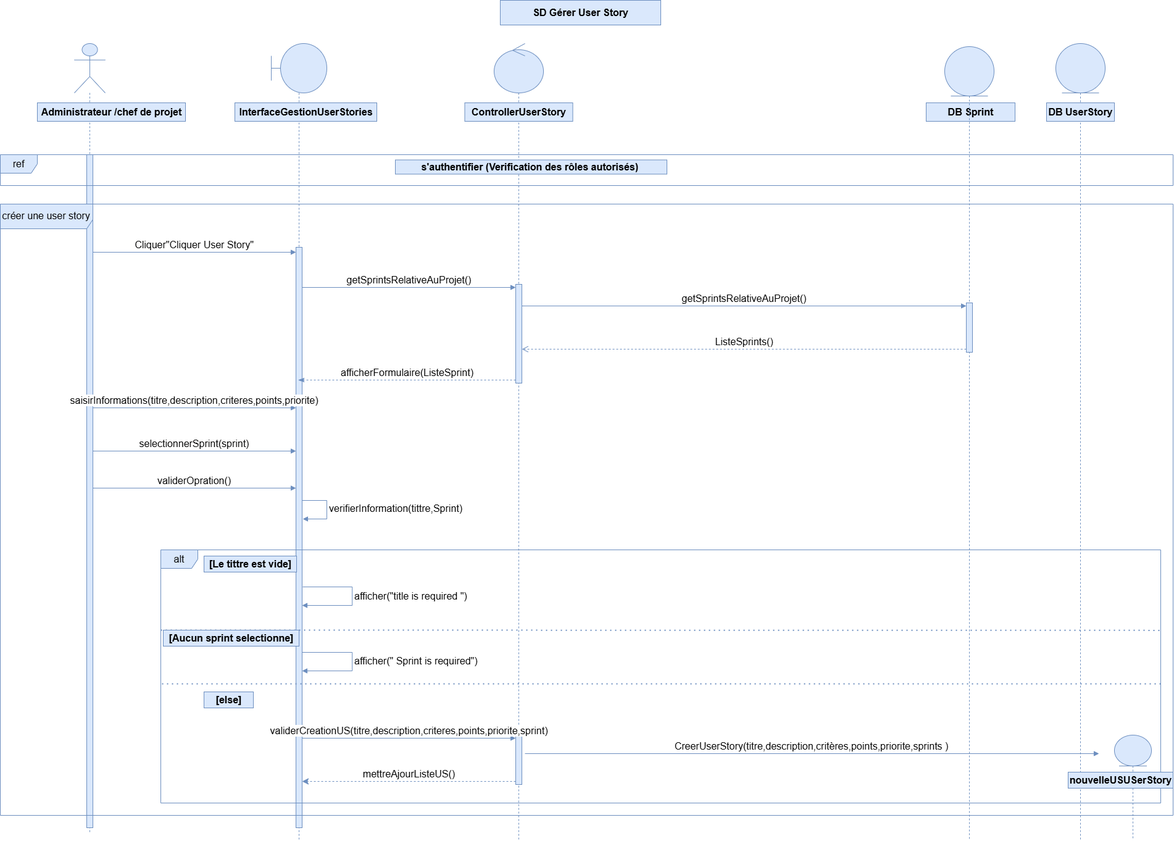
The draw.io diagram aide/userSotory.drawio.png in omarhabib5/PFEProject, before a commit. Source tidied: cells renumbered, new cells last; positions are measured from the earlier drawing's top-left corner, leaving out a move shared by most shapes.
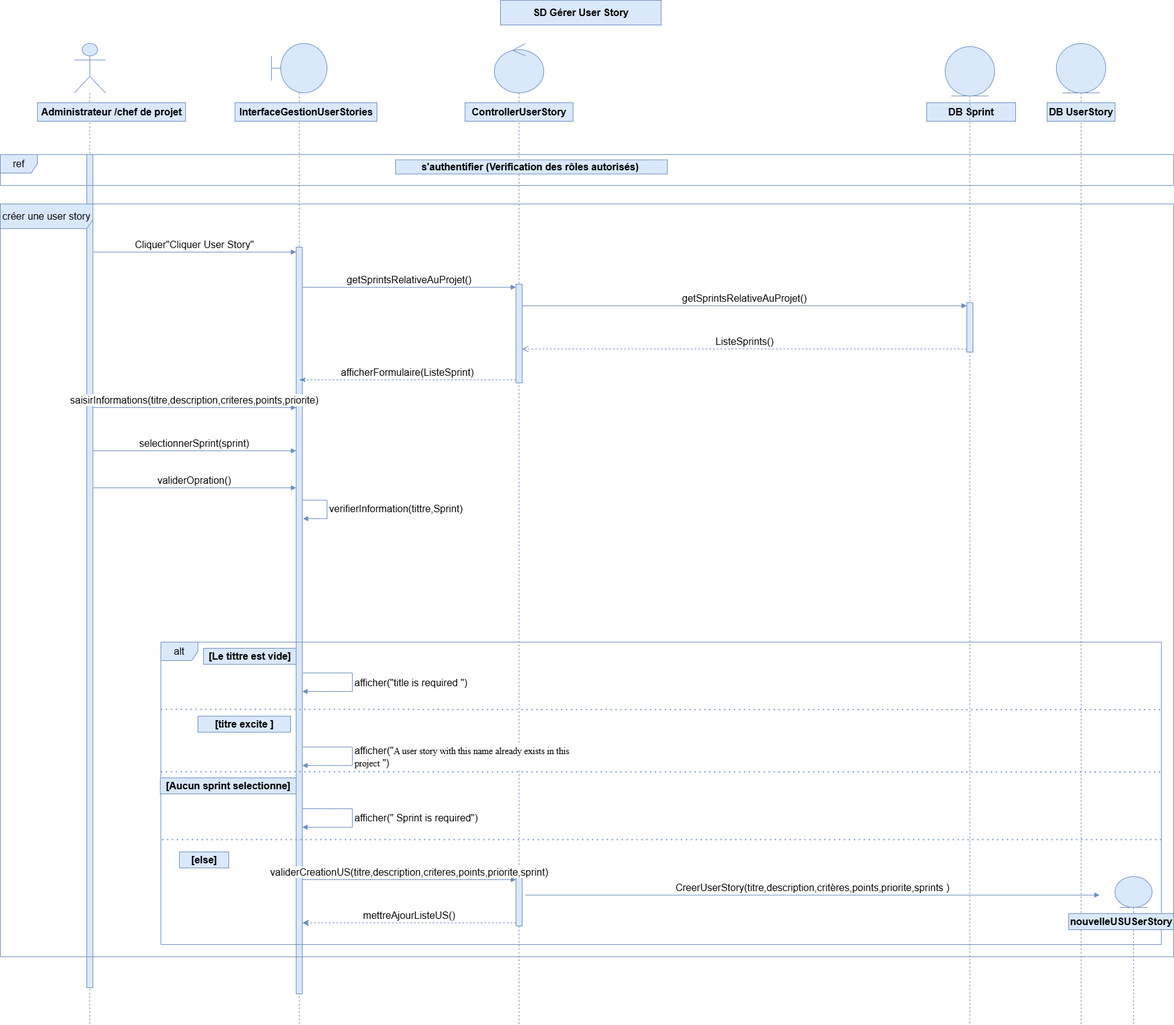
Above is the later version.

Diff of the diagram source:
```diff
@@ -3,16 +3,16 @@
     <mxCell id="0" />
     <mxCell id="1" parent="0" />
     <mxCell id="2" style="shape=umlLifeline;perimeter=lifelinePerimeter;whiteSpace=wrap;html=1;newEdgeStyle={&quot;curved&quot;:0,&quot;rounded&quot;:0};participant=umlActor;size=80;fillColor=#dae8fc;strokeColor=#6c8ebf;fontSize=16;" parent="1" vertex="1">
-      <mxGeometry x="120" y="70" width="50" height="1280" as="geometry" />
+      <mxGeometry x="120" y="70" width="50" height="1590" as="geometry" />
     </mxCell>
     <mxCell id="3" style="shape=umlLifeline;perimeter=lifelinePerimeter;whiteSpace=wrap;html=1;outlineConnect=0;portConstraint=eastwest;newEdgeStyle={&quot;curved&quot;:0,&quot;rounded&quot;:0};participant=umlBoundary;size=80;fillColor=#dae8fc;strokeColor=#6c8ebf;fontSize=16;" parent="1" vertex="1">
-      <mxGeometry x="439" y="70" width="90" height="1290" as="geometry" />
+      <mxGeometry x="439" y="70" width="90" height="1590" as="geometry" />
     </mxCell>
     <mxCell id="4" style="shape=umlLifeline;perimeter=lifelinePerimeter;whiteSpace=wrap;html=1;newEdgeStyle={&quot;curved&quot;:0,&quot;rounded&quot;:0};participant=umlControl;size=80;fillColor=#dae8fc;strokeColor=#6c8ebf;fontSize=16;" parent="1" vertex="1">
-      <mxGeometry x="800" y="70" width="80" height="1290" as="geometry" />
+      <mxGeometry x="800" y="70" width="80" height="1590" as="geometry" />
     </mxCell>
     <mxCell id="5" style="shape=umlLifeline;perimeter=lifelinePerimeter;whiteSpace=wrap;html=1;newEdgeStyle={&quot;curved&quot;:0,&quot;rounded&quot;:0};participant=umlEntity;size=80;fillColor=#dae8fc;strokeColor=#6c8ebf;fontSize=16;" parent="1" vertex="1">
-      <mxGeometry x="1710" y="70" width="80" height="1290" as="geometry" />
+      <mxGeometry x="1710" y="70" width="80" height="1590" as="geometry" />
     </mxCell>
     <mxCell id="6" value="Administrateur /chef de projet" style="text;align=center;fontStyle=1;verticalAlign=middle;spacingLeft=3;spacingRight=3;strokeColor=#6c8ebf;html=1;fillColor=#dae8fc;fontSize=16;" parent="1" vertex="1">
       <mxGeometry x="60" y="166" width="240" height="30" as="geometry" />
@@ -33,7 +33,7 @@
       <mxGeometry x="640" y="258.5" width="440" height="23" as="geometry" />
     </mxCell>
     <mxCell id="12" style="html=1;points=[[0,0,0,0,5],[0,1,0,0,-5],[1,0,0,0,5],[1,1,0,0,-5]];perimeter=orthogonalPerimeter;outlineConnect=0;targetShapes=umlLifeline;portConstraint=eastwest;newEdgeStyle={&quot;curved&quot;:0,&quot;rounded&quot;:0};fillColor=#dae8fc;strokeColor=#6c8ebf;fontSize=16;" parent="1" vertex="1">
-      <mxGeometry x="479" y="400" width="10" height="940" as="geometry" />
+      <mxGeometry x="479" y="400" width="10" height="1210" as="geometry" />
     </mxCell>
     <mxCell id="13" value="Cliquer&quot;Cliquer User Story&quot;" style="html=1;verticalAlign=bottom;endArrow=block;curved=0;rounded=0;fillColor=#dae8fc;strokeColor=#6c8ebf;fontSize=16;" parent="1" edge="1" source="16">
       <mxGeometry relative="1" as="geometry">
@@ -44,16 +44,16 @@
       <mxGeometry x="810" width="260" height="40" as="geometry" />
     </mxCell>
     <mxCell id="15" style="shape=umlLifeline;perimeter=lifelinePerimeter;whiteSpace=wrap;html=1;newEdgeStyle={&quot;curved&quot;:0,&quot;rounded&quot;:0};participant=umlEntity;size=80;fillColor=#dae8fc;strokeColor=#6c8ebf;fontSize=16;" parent="1" vertex="1">
-      <mxGeometry x="1530" y="75" width="80" height="1285" as="geometry" />
+      <mxGeometry x="1530" y="75" width="80" height="1585" as="geometry" />
     </mxCell>
     <mxCell id="16" style="html=1;points=[[0,0,0,0,5],[0,1,0,0,-5],[1,0,0,0,5],[1,1,0,0,-5]];perimeter=orthogonalPerimeter;outlineConnect=0;targetShapes=umlLifeline;portConstraint=eastwest;newEdgeStyle={&quot;curved&quot;:0,&quot;rounded&quot;:0};fontSize=16;fillColor=#dae8fc;strokeColor=#6c8ebf;" parent="1" vertex="1">
-      <mxGeometry x="140" y="250" width="10" height="1090" as="geometry" />
+      <mxGeometry x="140" y="250" width="10" height="1350" as="geometry" />
     </mxCell>
     <mxCell id="17" value="ref" style="shape=umlFrame;whiteSpace=wrap;html=1;fillColor=#dae8fc;strokeColor=#6c8ebf;fontSize=16;" parent="1" vertex="1">
       <mxGeometry y="250" width="1900" height="50" as="geometry" />
     </mxCell>
     <mxCell id="18" value="créer une user story" style="shape=umlFrame;whiteSpace=wrap;html=1;width=150;height=40;fillColor=#dae8fc;strokeColor=#6c8ebf;fontSize=16;" parent="1" vertex="1">
-      <mxGeometry y="330" width="1900" height="990" as="geometry" />
+      <mxGeometry y="330" width="1900" height="1220" as="geometry" />
     </mxCell>
     <mxCell id="19" style="html=1;points=[[0,0,0,0,5],[0,1,0,0,-5],[1,0,0,0,5],[1,1,0,0,-5]];perimeter=orthogonalPerimeter;outlineConnect=0;targetShapes=umlLifeline;portConstraint=eastwest;newEdgeStyle={&quot;curved&quot;:0,&quot;rounded&quot;:0};fontSize=16;fillColor=#dae8fc;strokeColor=#6c8ebf;" parent="1" vertex="1">
       <mxGeometry x="835" y="460" width="10" height="160" as="geometry" />
@@ -101,63 +101,93 @@
       </mxGeometry>
     </mxCell>
     <mxCell id="29" value="alt" style="shape=umlFrame;whiteSpace=wrap;html=1;fontSize=16;fillColor=#dae8fc;strokeColor=#6c8ebf;" parent="1" vertex="1">
-      <mxGeometry x="260" y="890" width="1620" height="410" as="geometry" />
+      <mxGeometry x="260" y="1040" width="1620" height="490" as="geometry" />
     </mxCell>
-    <mxCell id="30" style="endArrow=none;dashed=1;html=1;dashPattern=1 3;strokeWidth=2;rounded=0;exitX=0;exitY=0.317;exitDx=0;exitDy=0;exitPerimeter=0;entryX=0.999;entryY=0.318;entryDx=0;entryDy=0;entryPerimeter=0;fontSize=16;fillColor=#dae8fc;strokeColor=#6c8ebf;" parent="1" edge="1" source="29" target="29">
-      <mxGeometry relative="1" as="geometry" />
+    <mxCell id="30" style="endArrow=none;dashed=1;html=1;dashPattern=1 3;strokeWidth=2;rounded=0;exitX=0;exitY=0.317;exitDx=0;exitDy=0;exitPerimeter=0;entryX=0.999;entryY=0.318;entryDx=0;entryDy=0;entryPerimeter=0;fontSize=16;fillColor=#dae8fc;strokeColor=#6c8ebf;" parent="1" edge="1">
+      <mxGeometry relative="1" as="geometry">
+        <mxPoint x="260" y="1149" as="sourcePoint" />
+        <mxPoint x="1878.4" y="1149.5" as="targetPoint" />
+      </mxGeometry>
     </mxCell>
     <mxCell id="31" style="endArrow=none;dashed=1;html=1;dashPattern=1 3;strokeWidth=2;rounded=0;exitX=0;exitY=0.317;exitDx=0;exitDy=0;exitPerimeter=0;entryX=0.999;entryY=0.318;entryDx=0;entryDy=0;entryPerimeter=0;fontSize=16;fillColor=#dae8fc;strokeColor=#6c8ebf;" parent="1" edge="1">
       <mxGeometry relative="1" as="geometry">
-        <mxPoint x="262" y="1107" as="sourcePoint" />
-        <mxPoint x="1880" y="1107" as="targetPoint" />
+        <mxPoint x="262" y="1360" as="sourcePoint" />
+        <mxPoint x="1880" y="1360" as="targetPoint" />
       </mxGeometry>
     </mxCell>
     <mxCell id="32" value="[Le tittre est vide]" style="text;align=center;fontStyle=1;verticalAlign=middle;spacingLeft=3;spacingRight=3;strokeColor=#6c8ebf;html=1;fontSize=16;fillColor=#dae8fc;" parent="1" vertex="1">
-      <mxGeometry x="330" y="900" width="150" height="26" as="geometry" />
+      <mxGeometry x="329" y="1050" width="150" height="26" as="geometry" />
     </mxCell>
     <mxCell id="33" value="[Aucun sprint selectionne]" style="text;align=center;fontStyle=1;verticalAlign=middle;spacingLeft=3;spacingRight=3;strokeColor=#6c8ebf;html=1;fontSize=16;fillColor=#dae8fc;" parent="1" vertex="1">
-      <mxGeometry x="264" y="1020" width="220" height="26" as="geometry" />
+      <mxGeometry x="259" y="1260" width="220" height="26" as="geometry" />
     </mxCell>
-    <mxCell id="34" value="afficher(&quot;title is required &quot;)" style="html=1;align=left;spacingLeft=2;endArrow=block;rounded=0;edgeStyle=orthogonalEdgeStyle;curved=0;rounded=0;fontSize=16;fillColor=#dae8fc;strokeColor=#6c8ebf;" parent="1" edge="1" target="12">
+    <mxCell id="34" value="afficher(&quot;title is required &quot;)" style="html=1;align=left;spacingLeft=2;endArrow=block;rounded=0;edgeStyle=orthogonalEdgeStyle;curved=0;rounded=0;fontSize=16;fillColor=#dae8fc;strokeColor=#6c8ebf;" parent="1" edge="1">
       <mxGeometry relative="1" as="geometry">
-        <mxPoint x="490" y="950" as="sourcePoint" />
+        <mxPoint x="490" y="1090" as="sourcePoint" />
+        <mxPoint x="489" y="1120" as="targetPoint" />
         <Array as="points">
-          <mxPoint x="490" y="950" />
-          <mxPoint x="570" y="950" />
-          <mxPoint x="570" y="980" />
+          <mxPoint x="490" y="1090" />
+          <mxPoint x="570" y="1090" />
+          <mxPoint x="570" y="1120" />
         </Array>
       </mxGeometry>
     </mxCell>
-    <mxCell id="35" value="afficher(&quot; Sprint is required&quot;)" style="html=1;align=left;spacingLeft=2;endArrow=block;rounded=0;edgeStyle=orthogonalEdgeStyle;curved=0;rounded=0;fontSize=16;fillColor=#dae8fc;strokeColor=#6c8ebf;" parent="1" edge="1" source="12" target="12">
+    <mxCell id="35" value="afficher(&quot; Sprint is required&quot;)" style="html=1;align=left;spacingLeft=2;endArrow=block;rounded=0;edgeStyle=orthogonalEdgeStyle;curved=0;rounded=0;fontSize=16;fillColor=#dae8fc;strokeColor=#6c8ebf;" parent="1" edge="1">
       <mxGeometry relative="1" as="geometry">
+        <mxPoint x="489" y="1310" as="sourcePoint" />
+        <mxPoint x="489" y="1340" as="targetPoint" />
         <Array as="points">
-          <mxPoint x="570" y="1056" />
-          <mxPoint x="570" y="1086" />
+          <mxPoint x="570" y="1310" />
+          <mxPoint x="570" y="1340" />
         </Array>
       </mxGeometry>
     </mxCell>
     <mxCell id="36" value="[else]" style="text;align=center;fontStyle=1;verticalAlign=middle;spacingLeft=3;spacingRight=3;strokeColor=#6c8ebf;html=1;fontSize=16;fillColor=#dae8fc;" parent="1" vertex="1">
-      <mxGeometry x="330" y="1120" width="80" height="26" as="geometry" />
+      <mxGeometry x="290" y="1380" width="80" height="26" as="geometry" />
     </mxCell>
     <mxCell id="37" style="html=1;points=[[0,0,0,0,5],[0,1,0,0,-5],[1,0,0,0,5],[1,1,0,0,-5]];perimeter=orthogonalPerimeter;outlineConnect=0;targetShapes=umlLifeline;portConstraint=eastwest;newEdgeStyle={&quot;curved&quot;:0,&quot;rounded&quot;:0};fontSize=16;fillColor=#dae8fc;strokeColor=#6c8ebf;" parent="1" vertex="1">
-      <mxGeometry x="835" y="1190" width="10" height="80" as="geometry" />
+      <mxGeometry x="835" y="1420" width="10" height="80" as="geometry" />
     </mxCell>
-    <mxCell id="38" value="validerCreationUS(titre,description,criteres,points,priorite,sprint)" style="html=1;verticalAlign=bottom;endArrow=block;curved=0;rounded=0;entryX=0;entryY=0;entryDx=0;entryDy=5;fontSize=16;fillColor=#dae8fc;strokeColor=#6c8ebf;" parent="1" edge="1" source="12" target="37">
-      <mxGeometry relative="1" as="geometry" />
+    <mxCell id="38" value="validerCreationUS(titre,description,criteres,points,priorite,sprint)" style="html=1;verticalAlign=bottom;endArrow=block;curved=0;rounded=0;entryX=0;entryY=0;entryDx=0;entryDy=5;fontSize=16;fillColor=#dae8fc;strokeColor=#6c8ebf;" parent="1" edge="1" target="37">
+      <mxGeometry relative="1" as="geometry">
+        <mxPoint x="489" y="1425" as="sourcePoint" />
+      </mxGeometry>
     </mxCell>
-    <mxCell id="39" value="mettreAjourListeUS()" style="html=1;verticalAlign=bottom;endArrow=classic;dashed=1;endSize=8;curved=0;rounded=0;exitX=0;exitY=1;exitDx=0;exitDy=-5;endFill=1;fontSize=16;fillColor=#dae8fc;strokeColor=#6c8ebf;" parent="1" edge="1" source="37" target="12">
-      <mxGeometry relative="1" as="geometry" />
+    <mxCell id="39" value="mettreAjourListeUS()" style="html=1;verticalAlign=bottom;endArrow=classic;dashed=1;endSize=8;curved=0;rounded=0;exitX=0;exitY=1;exitDx=0;exitDy=-5;endFill=1;fontSize=16;fillColor=#dae8fc;strokeColor=#6c8ebf;" parent="1" edge="1" source="37">
+      <mxGeometry relative="1" as="geometry">
+        <mxPoint x="489" y="1495" as="targetPoint" />
+      </mxGeometry>
     </mxCell>
     <mxCell id="40" style="shape=umlLifeline;perimeter=lifelinePerimeter;whiteSpace=wrap;html=1;newEdgeStyle={&quot;curved&quot;:0,&quot;rounded&quot;:0};participant=umlEntity;fontSize=16;fillColor=#dae8fc;strokeColor=#6c8ebf;size=50;" parent="1" vertex="1">
-      <mxGeometry x="1805" y="1190" width="60" height="170" as="geometry" />
+      <mxGeometry x="1805" y="1420" width="60" height="240" as="geometry" />
     </mxCell>
     <mxCell id="41" value="nouvelleUSUSerStory" style="text;align=center;fontStyle=1;verticalAlign=middle;spacingLeft=3;spacingRight=3;strokeColor=#6c8ebf;html=1;fontSize=16;fillColor=#dae8fc;" parent="1" vertex="1">
-      <mxGeometry x="1730" y="1250" width="170" height="26" as="geometry" />
+      <mxGeometry x="1730" y="1480" width="170" height="26" as="geometry" />
     </mxCell>
     <mxCell id="42" value="CreerUserStory(titre,description,critères,points,priorite,sprints )" style="html=1;verticalAlign=bottom;endArrow=block;curved=0;rounded=0;exitX=1.5;exitY=0.375;exitDx=0;exitDy=0;exitPerimeter=0;fontSize=16;fillColor=#dae8fc;strokeColor=#6c8ebf;" parent="1" edge="1" source="37">
       <mxGeometry relative="1" as="geometry">
-        <mxPoint x="1780" y="1220" as="targetPoint" />
+        <mxPoint x="1780" y="1450" as="targetPoint" />
       </mxGeometry>
     </mxCell>
+    <mxCell id="43" style="endArrow=none;dashed=1;html=1;dashPattern=1 3;strokeWidth=2;rounded=0;exitX=0;exitY=0.317;exitDx=0;exitDy=0;exitPerimeter=0;entryX=0.999;entryY=0.318;entryDx=0;entryDy=0;entryPerimeter=0;fontSize=16;fillColor=#dae8fc;strokeColor=#6c8ebf;" parent="1" edge="1">
+      <mxGeometry relative="1" as="geometry">
+        <mxPoint x="260" y="1250" as="sourcePoint" />
+        <mxPoint x="1878.4" y="1250.5" as="targetPoint" />
+      </mxGeometry>
+    </mxCell>
+    <mxCell id="44" value="[titre excite ]" style="text;align=center;fontStyle=1;verticalAlign=middle;spacingLeft=3;spacingRight=3;strokeColor=#6c8ebf;html=1;fontSize=16;fillColor=#dae8fc;" parent="1" vertex="1">
+      <mxGeometry x="320" y="1160" width="150" height="26" as="geometry" />
+    </mxCell>
+    <mxCell id="45" value="afficher(&quot;&lt;span lang=&quot;EN-US&quot; style=&quot;font-size: 11pt; font-family: &amp;quot;Times New Roman&amp;quot;, serif; background-image: initial; background-position: initial; background-size: initial; background-repeat: initial; background-attachment: initial; background-origin: initial; background-clip: initial;&quot;&gt;A user story with this name already exists in this&lt;br/&gt;project&lt;/span&gt;&amp;nbsp;&quot;)" style="html=1;align=left;spacingLeft=2;endArrow=block;rounded=0;edgeStyle=orthogonalEdgeStyle;curved=0;rounded=0;fontSize=16;fillColor=#dae8fc;strokeColor=#6c8ebf;" parent="1" edge="1">
+      <mxGeometry relative="1" as="geometry">
+        <mxPoint x="490" y="1210" as="sourcePoint" />
+        <mxPoint x="489" y="1240" as="targetPoint" />
+        <Array as="points">
+          <mxPoint x="490" y="1210" />
+          <mxPoint x="570" y="1210" />
+          <mxPoint x="570" y="1240" />
+        </Array>
+      </mxGeometry>
+    </mxCell>
   </root>
 </mxGraphModel>
```
